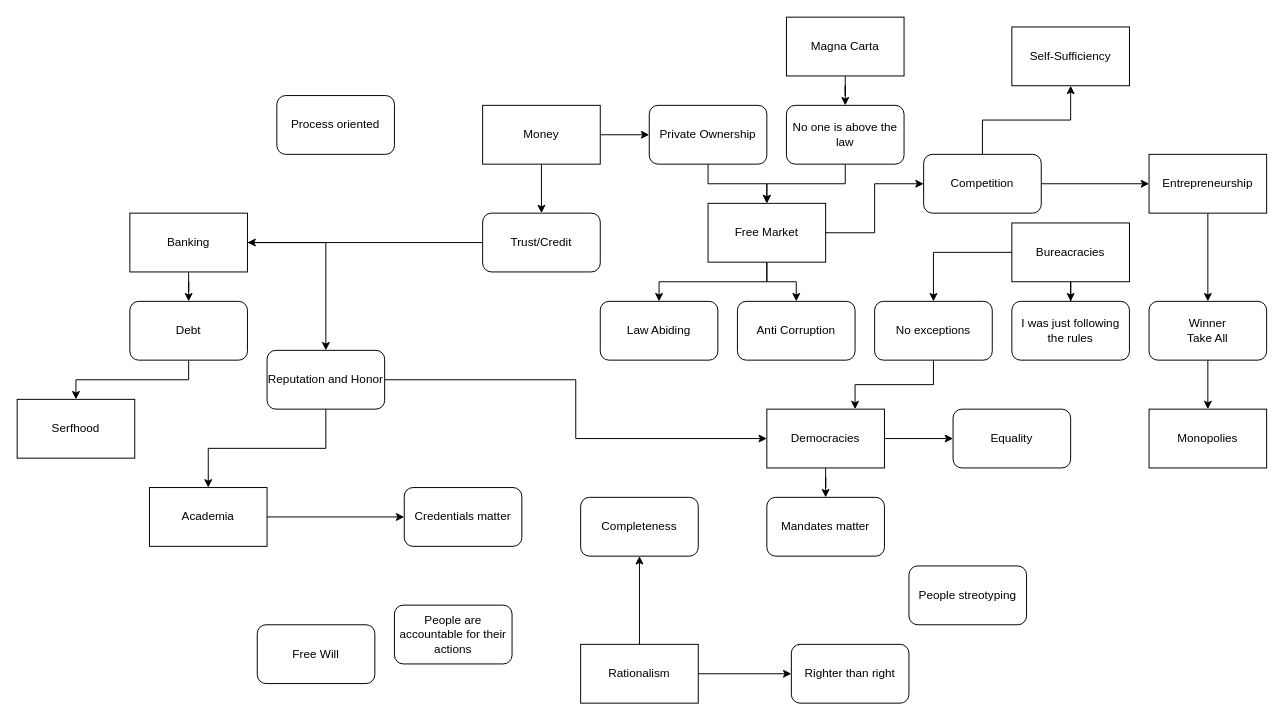
This is memespace_legal.drawio from codeaudit/1, a draw.io file, before an edit. Source tidied: cells renumbered, new cells numbered last; positions are measured from the earlier drawing's top-left corner, leaving out a move shared by most shapes. Both pictures are drawn from the tidied source at 98%, with x=0, y=0 at pixel (17, 17).
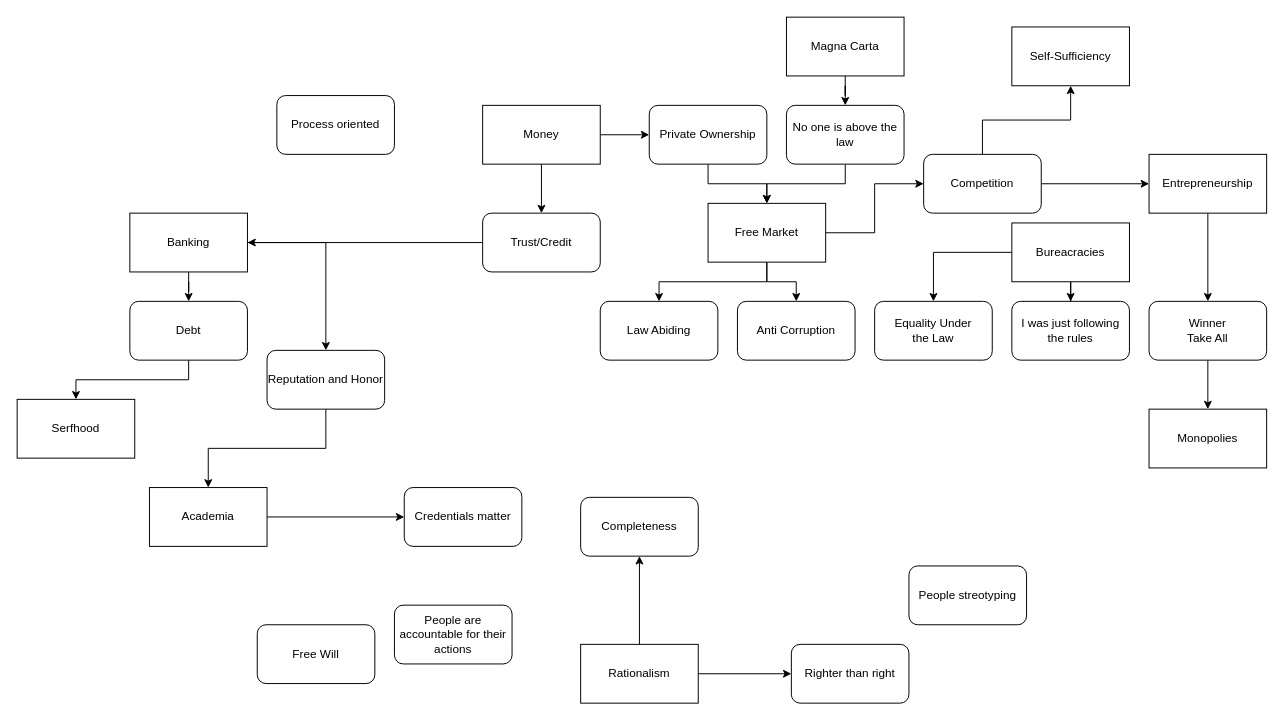
The same diagram, later.

Unchanged cells that the change refers to:
```xml
<mxCell id="42" value="Reputation and Honor" style="rounded=1;whiteSpace=wrap;html=1;" parent="1" vertex="1">
  <mxGeometry x="255" y="340" width="120" height="60" as="geometry" />
</mxCell>
```

What changed in the source:
```diff
@@
-    <mxCell id="5" style="edgeStyle=orthogonalEdgeStyle;rounded=0;jettySize=auto;html=1;entryX=0.75;entryY=0;entryDx=0;entryDy=0;" parent="1" edge="1" source="6" target="45">
-      <mxGeometry relative="1" as="geometry" />
-    </mxCell>
-    <mxCell id="6" value="No exceptions" style="rounded=1;whiteSpace=wrap;html=1;" parent="1" vertex="1">
+    <mxCell id="6" value="Equality Under&lt;br&gt;the Law" style="rounded=1;whiteSpace=wrap;html=1;" parent="1" vertex="1">
       <mxGeometry x="875" y="290" width="120" height="60" as="geometry" />
     </mxCell>
@@
-    <mxCell id="41" style="edgeStyle=orthogonalEdgeStyle;rounded=0;jettySize=auto;html=1;" parent="1" edge="1" source="42" target="45">
-      <mxGeometry relative="1" as="geometry" />
-    </mxCell>
@@
-    <mxCell id="43" style="edgeStyle=orthogonalEdgeStyle;rounded=0;jettySize=auto;html=1;" parent="1" edge="1" source="45" target="46">
-      <mxGeometry relative="1" as="geometry" />
-    </mxCell>
-    <mxCell id="44" style="edgeStyle=orthogonalEdgeStyle;rounded=0;jettySize=auto;html=1;" parent="1" edge="1" source="45" target="47">
-      <mxGeometry relative="1" as="geometry" />
-    </mxCell>
-    <mxCell id="45" value="Democracies" style="rounded=0;whiteSpace=wrap;html=1;" parent="1" vertex="1">
-      <mxGeometry x="765" y="400" width="120" height="60" as="geometry" />
-    </mxCell>
-    <mxCell id="46" value="Mandates matter" style="rounded=1;whiteSpace=wrap;html=1;" parent="1" vertex="1">
-      <mxGeometry x="765" y="490" width="120" height="60" as="geometry" />
-    </mxCell>
-    <mxCell id="47" value="Equality" style="rounded=1;whiteSpace=wrap;html=1;" parent="1" vertex="1">
-      <mxGeometry x="955" y="400" width="120" height="60" as="geometry" />
-    </mxCell>
```
